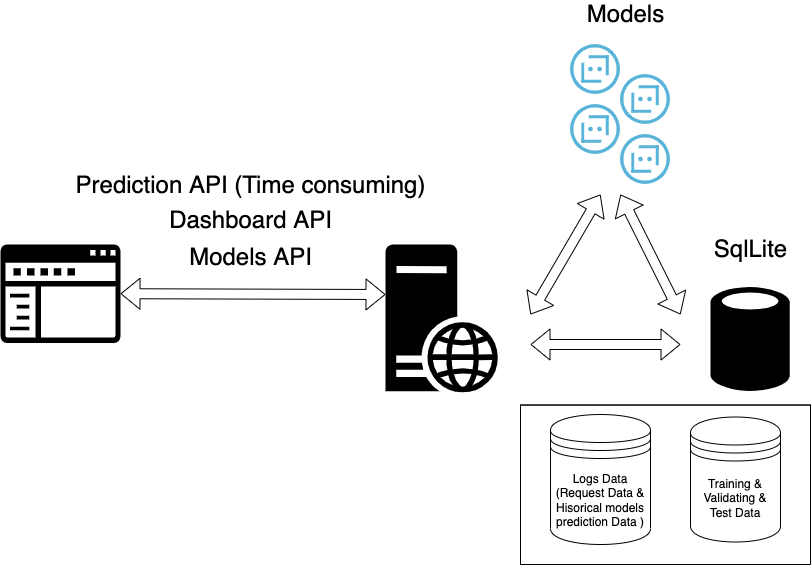
Above: assets/structure.png in liuzheqi0723/capstone-fraud-detection (draw.io), before the change. Source tidied: cells renumbered, new cells last; positions are measured from the earlier drawing's top-left corner, leaving out a move shared by most shapes.
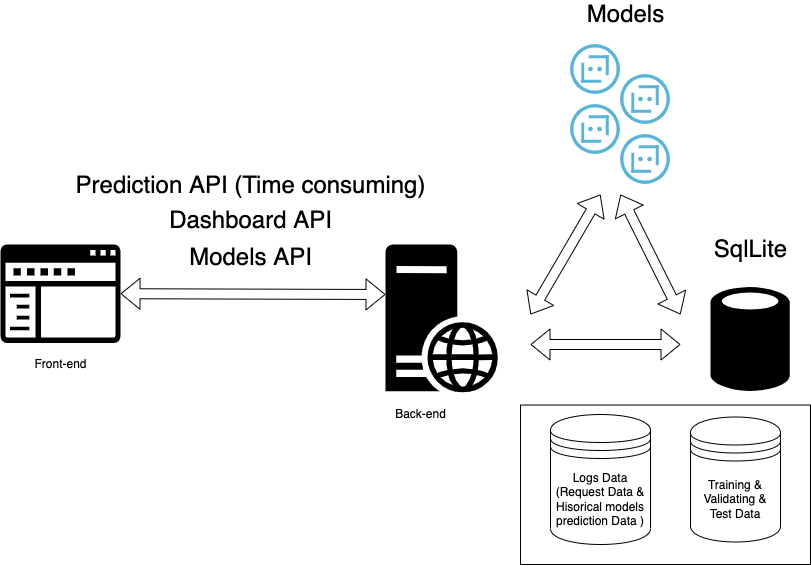
The same file after the commit.

The edit, as a diff of the source:
```diff
@@ -70,5 +70,11 @@
     <mxCell id="20" value="Prediction API (Time consuming)" style="text;html=1;align=center;verticalAlign=middle;strokeColor=none;fillColor=none;fontSize=24;" parent="1" vertex="1">
       <mxGeometry x="70" y="166" width="360" height="30" as="geometry" />
     </mxCell>
+    <mxCell id="21" value="Front-end" style="text;html=1;align=center;verticalAlign=middle;strokeColor=none;fillColor=none;" parent="1" vertex="1">
+      <mxGeometry x="25" y="350" width="70" height="20" as="geometry" />
+    </mxCell>
+    <mxCell id="22" value="Back-end" style="text;html=1;align=center;verticalAlign=middle;strokeColor=none;fillColor=none;" parent="1" vertex="1">
+      <mxGeometry x="385" y="400" width="70" height="20" as="geometry" />
+    </mxCell>
   </root>
 </mxGraphModel>
```
